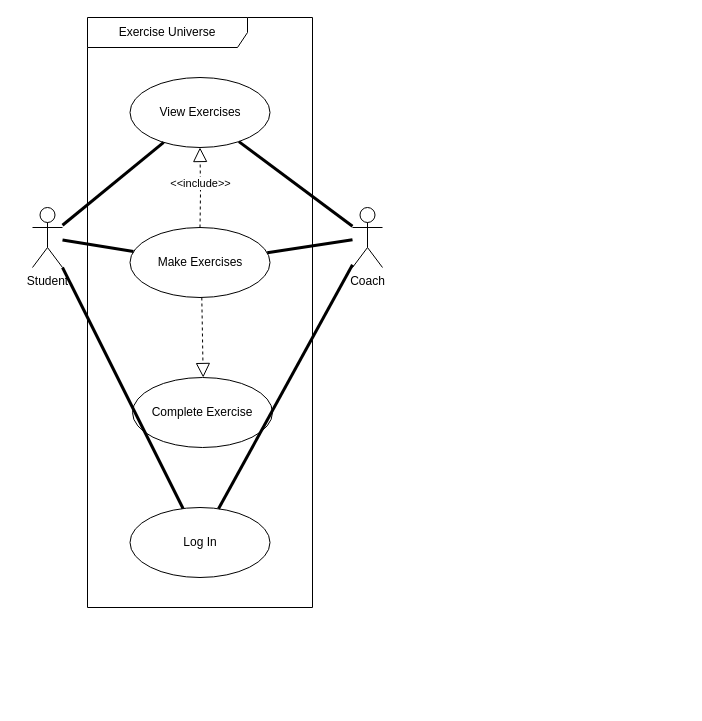
This is use_case_diagram.drawio from fabiantjuhh/fabiantjuhh, a draw.io file, before an edit. Source tidied: cells renumbered, new cells numbered last; positions are measured from the earlier drawing's top-left corner, leaving out a move shared by most shapes. Both pictures are drawn from the tidied source at 100%, with x=0, y=0 at pixel (32, 17).
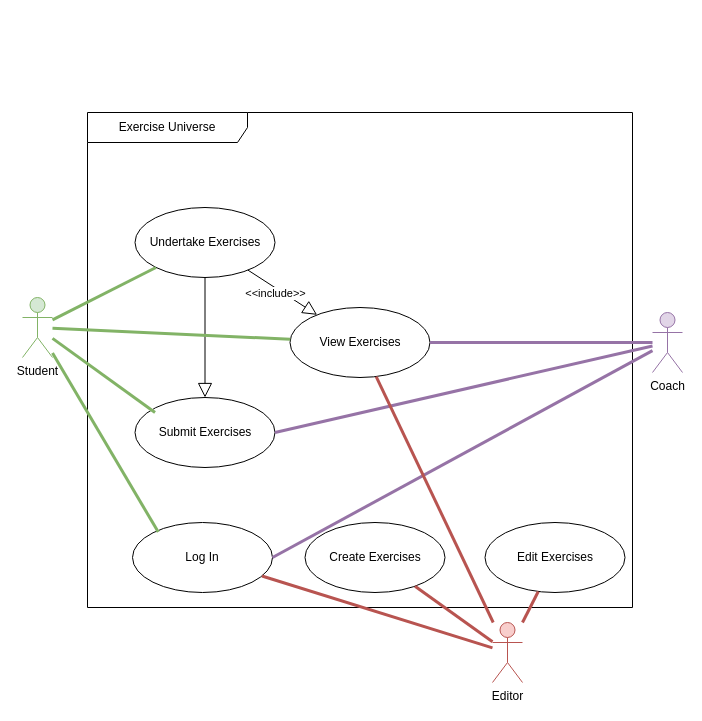
The same diagram, later.

Change to the diagram source:
```diff
@@
-    <mxCell id="2" value="Student" style="shape=umlActor;verticalLabelPosition=bottom;verticalAlign=top;html=1;" parent="1" vertex="1">
-      <mxGeometry y="190" width="30" height="60" as="geometry" />
+    <mxCell id="2" value="Student" style="shape=umlActor;verticalLabelPosition=bottom;verticalAlign=top;html=1;fillColor=#d5e8d4;strokeColor=#82b366;" parent="1" vertex="1">
+      <mxGeometry x="-10" y="280" width="30" height="60" as="geometry" />
     </mxCell>
-    <mxCell id="3" value="Coach" style="shape=umlActor;verticalLabelPosition=bottom;verticalAlign=top;html=1;" parent="1" vertex="1">
-      <mxGeometry x="320" y="190" width="30" height="60" as="geometry" />
+    <mxCell id="3" value="Coach" style="shape=umlActor;verticalLabelPosition=bottom;verticalAlign=top;html=1;fillColor=#e1d5e7;strokeColor=#9673a6;" parent="1" vertex="1">
+      <mxGeometry x="620" y="295" width="30" height="60" as="geometry" />
     </mxCell>
     <mxCell id="4" value="Exercise Universe" style="shape=umlFrame;whiteSpace=wrap;html=1;width=160;" parent="1" vertex="1">
-      <mxGeometry x="55" width="225" height="590" as="geometry" />
+      <mxGeometry x="55" y="95" width="545" height="495" as="geometry" />
     </mxCell>
     <mxCell id="5" value="Log In" style="ellipse;whiteSpace=wrap;html=1;" parent="4" vertex="1">
-      <mxGeometry x="42.5" y="490" width="140" height="70" as="geometry" />
+      <mxGeometry x="45" y="410" width="140" height="70" as="geometry" />
     </mxCell>
     <mxCell id="6" value="View Exercises" style="ellipse;whiteSpace=wrap;html=1;" parent="4" vertex="1">
-      <mxGeometry x="42.5" y="60" width="140" height="70" as="geometry" />
+      <mxGeometry x="202.5" y="195" width="140" height="70" as="geometry" />
     </mxCell>
-    <mxCell id="7" value="&lt;div&gt;Make Exercises&lt;/div&gt;" style="ellipse;whiteSpace=wrap;html=1;" parent="4" vertex="1">
-      <mxGeometry x="42.5" y="210" width="140" height="70" as="geometry" />
+    <mxCell id="7" value="&lt;div&gt;Undertake Exercises&lt;/div&gt;" style="ellipse;whiteSpace=wrap;html=1;" parent="4" vertex="1">
+      <mxGeometry x="47.5" y="95" width="140" height="70" as="geometry" />
     </mxCell>
-    <mxCell id="8" value="Complete Exercise" style="ellipse;whiteSpace=wrap;html=1;" parent="4" vertex="1">
-      <mxGeometry x="45" y="360" width="140" height="70" as="geometry" />
+    <mxCell id="8" value="Submit Exercises" style="ellipse;whiteSpace=wrap;html=1;" parent="4" vertex="1">
+      <mxGeometry x="47.5" y="285" width="140" height="70" as="geometry" />
     </mxCell>
-    <mxCell id="9" style="endArrow=block;dashed=1;endFill=0;endSize=12;html=1;rounded=0;" parent="4" edge="1">
-      <mxGeometry relative="1" as="geometry">
-        <mxPoint x="114.3" y="280" as="sourcePoint" />
-        <mxPoint x="115.7" y="360" as="targetPoint" />
-      </mxGeometry>
+    <mxCell id="9" style="endArrow=block;endFill=0;endSize=12;html=1;rounded=0;entryX=0.5;entryY=0;entryDx=0;entryDy=0;exitX=0.5;exitY=1;exitDx=0;exitDy=0;" parent="4" edge="1" source="7" target="8">
+      <mxGeometry relative="1" as="geometry" />
     </mxCell>
-    <mxCell id="10" style="endArrow=block;dashed=1;endFill=0;endSize=12;html=1;rounded=0;" parent="4" edge="1" source="7" target="6">
-      <mxGeometry relative="1" as="geometry">
-        <Array as="points">
-          <mxPoint x="113" y="175" />
-        </Array>
-      </mxGeometry>
+    <mxCell id="10" style="endArrow=block;endFill=0;endSize=12;html=1;rounded=0;" parent="4" edge="1" source="7" target="6">
+      <mxGeometry relative="1" as="geometry" />
     </mxCell>
     <mxCell id="11" value="&amp;lt;&amp;lt;include&amp;gt;&amp;gt;" style="edgeLabel;html=1;align=center;verticalAlign=middle;" parent="10" vertex="1">
       <mxGeometry x="-0.15" y="-2" relative="1" as="geometry">
-        <mxPoint x="-2" y="-11" as="offset" />
+        <mxPoint x="-1" y="2" as="offset" />
       </mxGeometry>
     </mxCell>
+    <mxCell id="18" value="Edit Exercises" style="ellipse;whiteSpace=wrap;html=1;" parent="4" vertex="1">
+      <mxGeometry x="397.5" y="410" width="140" height="70" as="geometry" />
+    </mxCell>
+    <mxCell id="19" value="Create Exercises" style="ellipse;whiteSpace=wrap;html=1;" parent="4" vertex="1">
+      <mxGeometry x="217.5" y="410" width="140" height="70" as="geometry" />
+    </mxCell>
-    <mxCell id="12" style="endArrow=none;startArrow=none;endFill=0;startFill=0;endSize=8;html=1;verticalAlign=bottom;labelBackgroundColor=none;strokeWidth=3;rounded=0;" parent="1" edge="1" source="2" target="5">
+    <mxCell id="12" style="endArrow=none;startArrow=none;endFill=0;startFill=0;endSize=8;html=1;verticalAlign=bottom;labelBackgroundColor=none;strokeWidth=3;rounded=0;entryX=0.184;entryY=0.137;entryDx=0;entryDy=0;entryPerimeter=0;fillColor=#d5e8d4;strokeColor=#82b366;" parent="1" edge="1" source="2" target="5">
       <mxGeometry relative="1" as="geometry" />
     </mxCell>
-    <mxCell id="13" style="endArrow=none;startArrow=none;endFill=0;startFill=0;endSize=8;html=1;verticalAlign=bottom;labelBackgroundColor=none;strokeWidth=3;rounded=0;" parent="1" edge="1" source="5" target="3">
+    <mxCell id="13" style="endArrow=none;startArrow=none;endFill=0;startFill=0;endSize=8;html=1;verticalAlign=bottom;labelBackgroundColor=none;strokeWidth=3;rounded=0;exitX=1;exitY=0.5;exitDx=0;exitDy=0;fillColor=#e1d5e7;strokeColor=#9673a6;" parent="1" edge="1" source="5" target="3">
       <mxGeometry relative="1" as="geometry" />
     </mxCell>
-    <mxCell id="14" style="endArrow=none;startArrow=none;endFill=0;startFill=0;endSize=8;html=1;verticalAlign=bottom;labelBackgroundColor=none;strokeWidth=3;rounded=0;" parent="1" edge="1" source="3" target="6">
+    <mxCell id="14" style="endArrow=none;startArrow=none;endFill=0;startFill=0;endSize=8;html=1;verticalAlign=bottom;labelBackgroundColor=none;strokeWidth=3;rounded=0;entryX=1;entryY=0.5;entryDx=0;entryDy=0;fillColor=#e1d5e7;strokeColor=#9673a6;" parent="1" edge="1" source="3" target="6">
       <mxGeometry relative="1" as="geometry" />
     </mxCell>
-    <mxCell id="15" style="endArrow=none;startArrow=none;endFill=0;startFill=0;endSize=8;html=1;verticalAlign=bottom;labelBackgroundColor=none;strokeWidth=3;rounded=0;" parent="1" edge="1" source="2" target="7">
+    <mxCell id="15" style="endArrow=none;startArrow=none;endFill=0;startFill=0;endSize=8;html=1;verticalAlign=bottom;labelBackgroundColor=none;strokeWidth=3;rounded=0;fillColor=#d5e8d4;strokeColor=#82b366;" parent="1" edge="1" source="2" target="7">
       <mxGeometry relative="1" as="geometry" />
     </mxCell>
-    <mxCell id="16" style="endArrow=none;startArrow=none;endFill=0;startFill=0;endSize=8;html=1;verticalAlign=bottom;labelBackgroundColor=none;strokeWidth=3;rounded=0;" parent="1" edge="1" source="7" target="3">
-      <mxGeometry relative="1" as="geometry" />
-    </mxCell>
-    <mxCell id="17" style="endArrow=none;startArrow=none;endFill=0;startFill=0;endSize=8;html=1;verticalAlign=bottom;labelBackgroundColor=none;strokeWidth=3;rounded=0;" parent="1" edge="1" source="2" target="6">
+    <mxCell id="17" style="endArrow=none;startArrow=none;endFill=0;startFill=0;endSize=8;html=1;verticalAlign=bottom;labelBackgroundColor=none;strokeWidth=3;rounded=0;fillColor=#d5e8d4;strokeColor=#82b366;" parent="1" edge="1" source="2" target="6">
       <mxGeometry relative="1" as="geometry" />
     </mxCell>
+    <mxCell id="20" style="endArrow=none;startArrow=none;endFill=0;startFill=0;endSize=8;html=1;verticalAlign=bottom;labelBackgroundColor=none;strokeWidth=3;rounded=0;entryX=0.143;entryY=0.214;entryDx=0;entryDy=0;entryPerimeter=0;fillColor=#d5e8d4;strokeColor=#82b366;" parent="1" edge="1" source="2" target="8">
+      <mxGeometry relative="1" as="geometry" />
+    </mxCell>
+    <mxCell id="21" style="endArrow=none;startArrow=none;endFill=0;startFill=0;endSize=8;html=1;verticalAlign=bottom;labelBackgroundColor=none;strokeWidth=3;rounded=0;entryX=1;entryY=0.5;entryDx=0;entryDy=0;fillColor=#e1d5e7;strokeColor=#9673a6;" parent="1" edge="1" source="3" target="8">
+      <mxGeometry relative="1" as="geometry" />
+    </mxCell>
+    <mxCell id="22" value="Editor" style="shape=umlActor;verticalLabelPosition=bottom;verticalAlign=top;html=1;fillColor=#f8cecc;strokeColor=#b85450;" parent="1" vertex="1">
+      <mxGeometry x="460" y="605" width="30" height="60" as="geometry" />
+    </mxCell>
+    <mxCell id="23" style="endArrow=none;startArrow=none;endFill=0;startFill=0;endSize=8;html=1;verticalAlign=bottom;labelBackgroundColor=none;strokeWidth=3;rounded=0;fillColor=#f8cecc;strokeColor=#b85450;" parent="1" edge="1" source="19" target="22">
+      <mxGeometry relative="1" as="geometry" />
+    </mxCell>
+    <mxCell id="24" style="endArrow=none;startArrow=none;endFill=0;startFill=0;endSize=8;html=1;verticalAlign=bottom;labelBackgroundColor=none;strokeWidth=3;rounded=0;fillColor=#f8cecc;strokeColor=#b85450;" parent="1" edge="1" source="18" target="22">
+      <mxGeometry relative="1" as="geometry" />
+    </mxCell>
+    <mxCell id="25" style="endArrow=none;startArrow=none;endFill=0;startFill=0;endSize=8;html=1;verticalAlign=bottom;labelBackgroundColor=none;strokeWidth=3;rounded=0;fillColor=#f8cecc;strokeColor=#b85450;" parent="1" edge="1" source="6" target="22">
+      <mxGeometry relative="1" as="geometry" />
+    </mxCell>
+    <mxCell id="26" style="endArrow=none;startArrow=none;endFill=0;startFill=0;endSize=8;html=1;verticalAlign=bottom;labelBackgroundColor=none;strokeWidth=3;rounded=0;fillColor=#f8cecc;strokeColor=#b85450;" parent="1" edge="1" source="5" target="22">
+      <mxGeometry relative="1" as="geometry" />
+    </mxCell>
```
